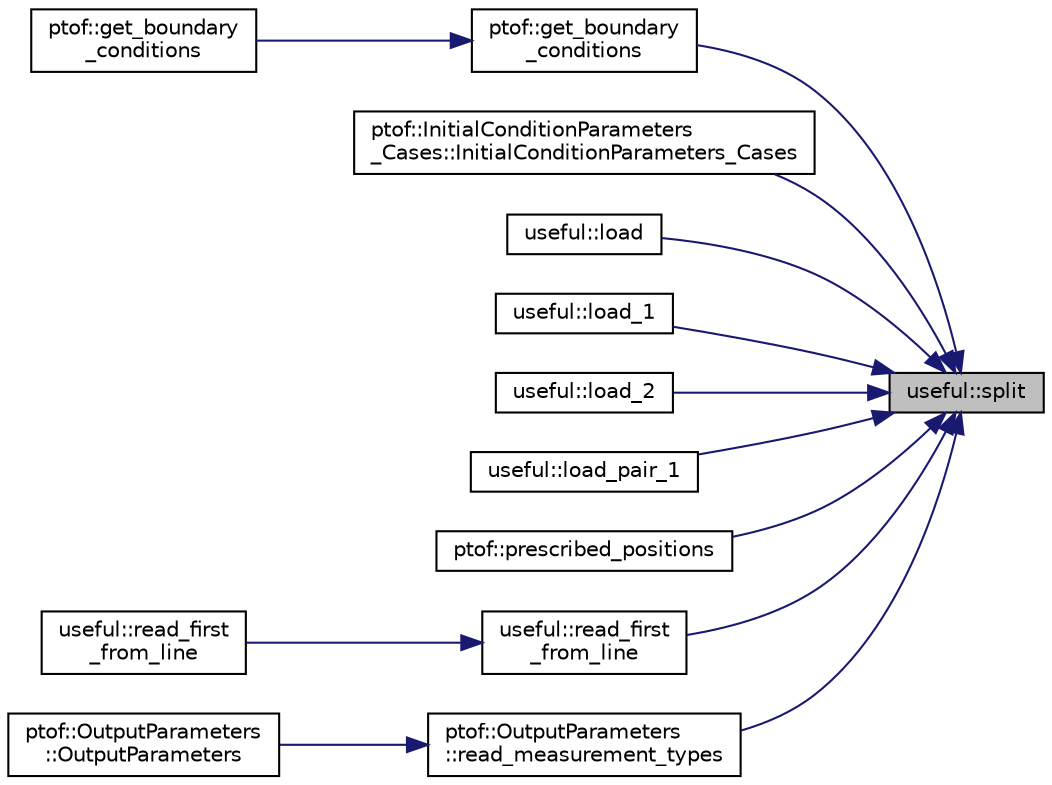
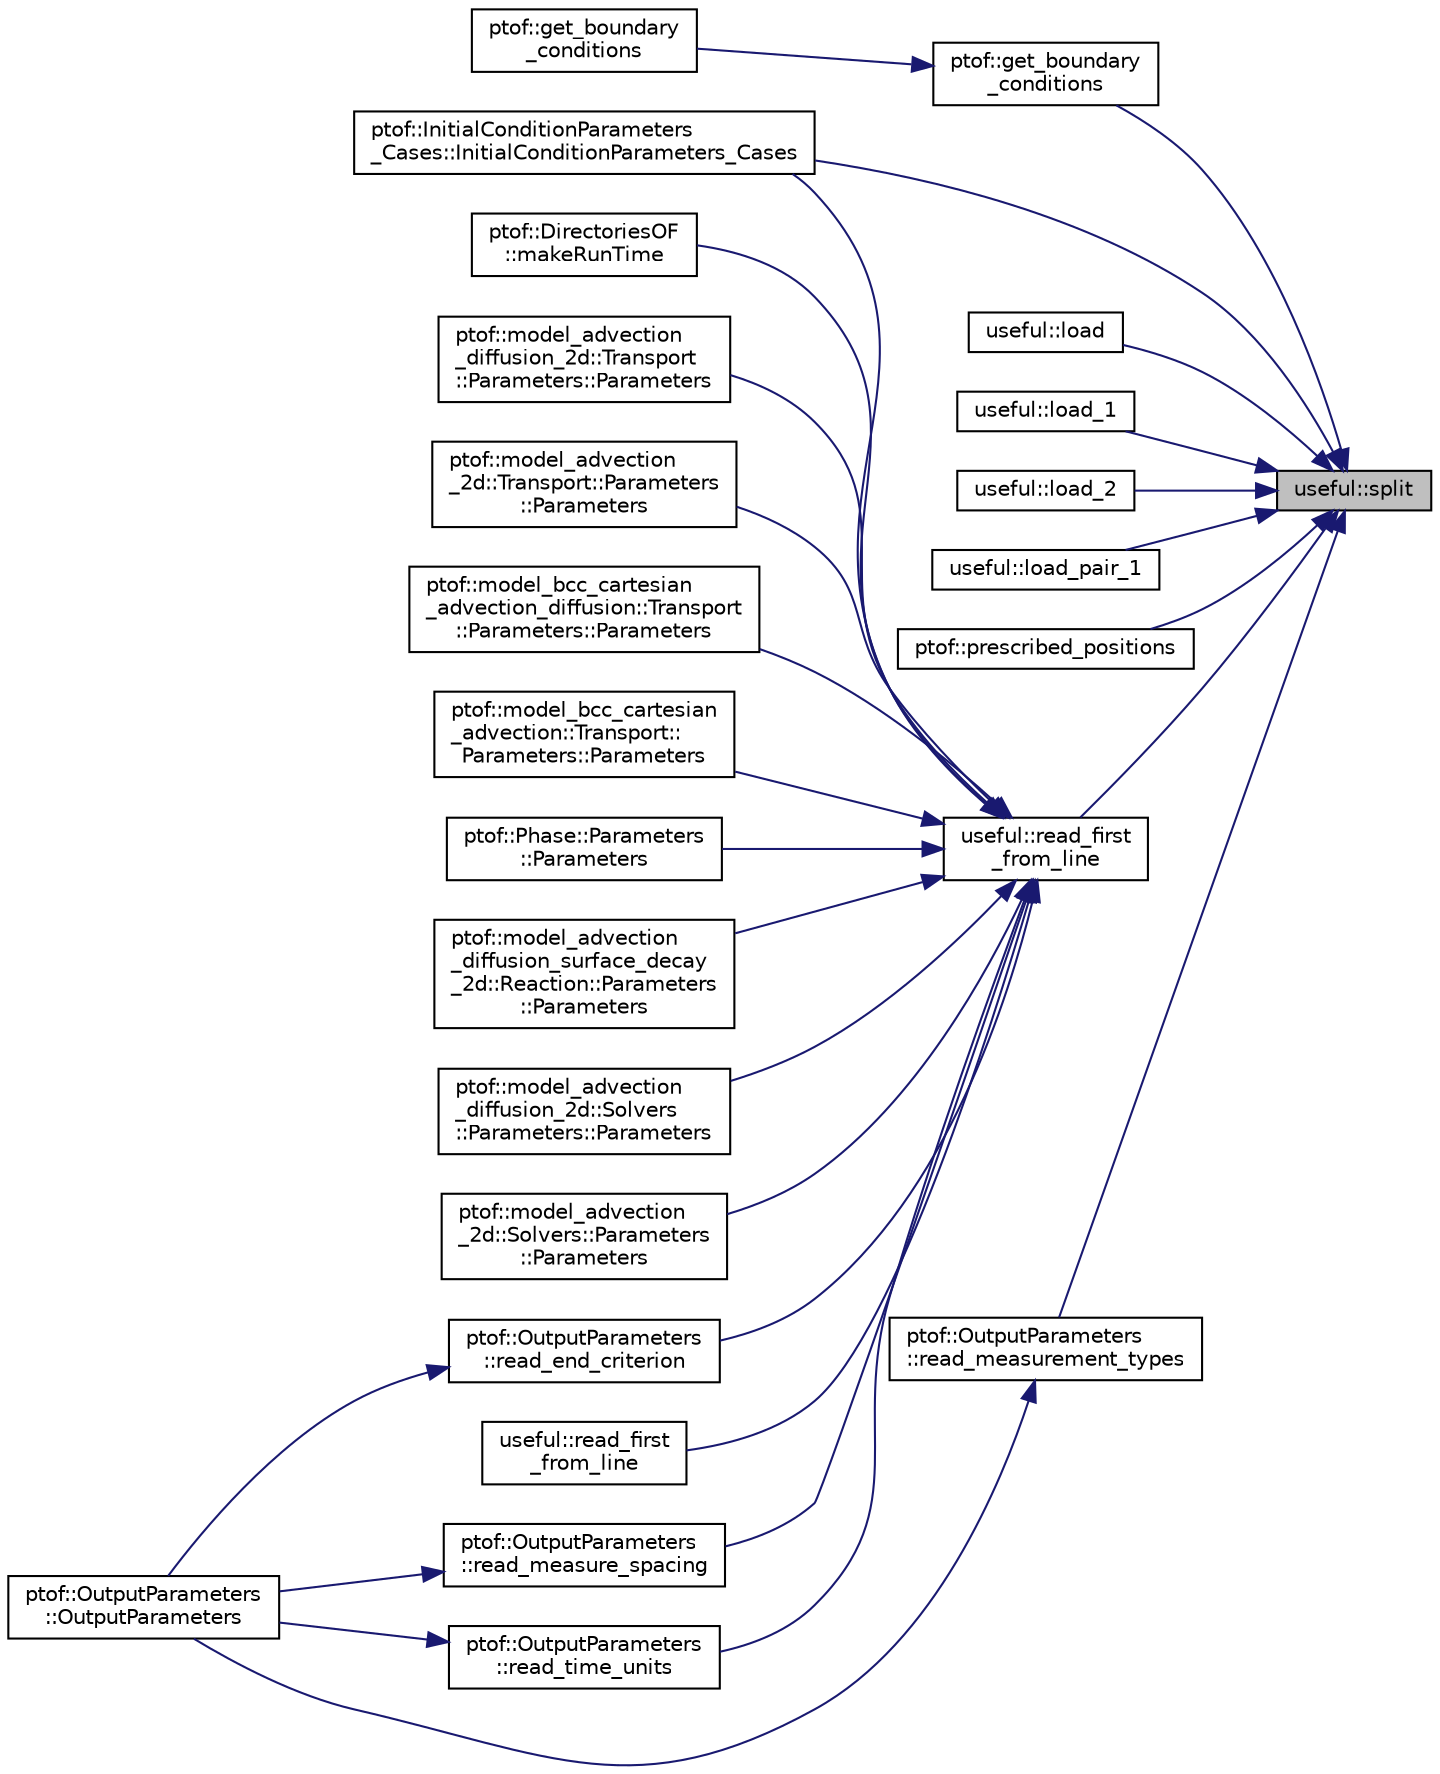
digraph "useful::split"
{
 // LATEX_PDF_SIZE
  edge [fontname="Helvetica",fontsize="10",labelfontname="Helvetica",labelfontsize="10"];
  node [fontname="Helvetica",fontsize="10",shape=record];
  rankdir="RL";
  Node1 [label="useful::split",height=0.2,width=0.4,color="black", fillcolor="grey75", style="filled", fontcolor="black",tooltip="Split string into vector of strings at instances of delimeter."];
  Node1 -> Node2 [dir="back",color="midnightblue",fontsize="10",style="solid",fontname="Helvetica"];
-   Node2 [label="ptof::get_boundary\l_conditions",height=0.2,width=0.4,color="black", fillcolor="white", style="filled",URL="$d2/dd1/namespaceptof.html#a2640ab9f6140f04493af1a5f46c01825",tooltip="Get the boundary conditions associated with a set of patches from file."];
+   Node2 [label="ptof::get_boundary\l_conditions",height=0.2,width=0.4,color="black", fillcolor="white", style="filled",URL="$d2/dd1/namespaceptof.html#a75c0e6f4913d7d5ba00b5732c217caa8",tooltip="Get the boundary conditions associated with a set of patches from file."];
  Node2 -> Node3 [dir="back",color="midnightblue",fontsize="10",style="solid",fontname="Helvetica"];
-   Node3 [label="ptof::get_boundary\l_conditions",height=0.2,width=0.4,color="black", fillcolor="white", style="filled",URL="$d2/dd1/namespaceptof.html#a2c7e11a97d81041f116824d43ee0ef34",tooltip="Get boundary conditions for dynamics type."];
+   Node3 [label="ptof::get_boundary\l_conditions",height=0.2,width=0.4,color="black", fillcolor="white", style="filled",URL="$d2/dd1/namespaceptof.html#a2296e2ce1bc18bec7fcbc3f641b139d6",tooltip="Get boundary conditions for dynamics type."];
  Node1 -> Node4 [dir="back",color="midnightblue",fontsize="10",style="solid",fontname="Helvetica"];
  Node4 [label="ptof::InitialConditionParameters\l_Cases::InitialConditionParameters_Cases",height=0.2,width=0.4,color="black", fillcolor="white", style="filled",URL="$dd/d20/structptof_1_1_initial_condition_parameters___cases.html#ae480cbfa1ec2b8a2dbd6f108b7124d3d",tooltip=" "];
  Node1 -> Node5 [dir="back",color="midnightblue",fontsize="10",style="solid",fontname="Helvetica"];
  Node5 [label="useful::load",height=0.2,width=0.4,color="black", fillcolor="white", style="filled",URL="$df/d1d/namespaceuseful.html#ade7b00077c0b1b122c80175082c198fd",tooltip="Load file into vector of vectors of doubles."];
  Node1 -> Node6 [dir="back",color="midnightblue",fontsize="10",style="solid",fontname="Helvetica"];
  Node6 [label="useful::load_1",height=0.2,width=0.4,color="black", fillcolor="white", style="filled",URL="$df/d1d/namespaceuseful.html#a98cb712af3c27b2f8650b4c78d181e3c",tooltip="Load 1-column file into vector of doubles."];
  Node1 -> Node7 [dir="back",color="midnightblue",fontsize="10",style="solid",fontname="Helvetica"];
  Node7 [label="useful::load_2",height=0.2,width=0.4,color="black", fillcolor="white", style="filled",URL="$df/d1d/namespaceuseful.html#a0363b363a89bc9844a8a29f1908ae11e",tooltip="Load 2-column file into pair of vectors of doubles."];
  Node1 -> Node8 [dir="back",color="midnightblue",fontsize="10",style="solid",fontname="Helvetica"];
  Node8 [label="useful::load_pair_1",height=0.2,width=0.4,color="black", fillcolor="white", style="filled",URL="$df/d1d/namespaceuseful.html#a78d057731be2e6d3e8ea19bd807e11f0",tooltip="Load 3-column file, first two columns into vector of pairs, last column into vector of doubles."];
  Node1 -> Node9 [dir="back",color="midnightblue",fontsize="10",style="solid",fontname="Helvetica"];
  Node9 [label="ptof::prescribed_positions",height=0.2,width=0.4,color="black", fillcolor="white", style="filled",URL="$d2/dd1/namespaceptof.html#a328db19f0cdcebf4879101663f4a1f13",tooltip=" "];
  Node1 -> Node10 [dir="back",color="midnightblue",fontsize="10",style="solid",fontname="Helvetica"];
-   Node10 [label="useful::read_first\l_from_line",height=0.2,width=0.4,color="black", fillcolor="white", style="filled",URL="$df/d1d/namespaceuseful.html#a7ae9e9ed4038e3066bea5a068feda0bf",tooltip="Extract first value from line, discarding escaped lines and the rest of the line."];
+   Node10 [label="useful::read_first\l_from_line",height=0.2,width=0.4,color="black", fillcolor="white", style="filled",URL="$df/d1d/namespaceuseful.html#a5311197ad21c705ad8556c9798a30d0e",tooltip="Extract first value from line, discarding escaped lines and the rest of the line."];
+   Node10 -> Node4 [dir="back",color="midnightblue",fontsize="10",style="solid",fontname="Helvetica"];
  Node10 -> Node11 [dir="back",color="midnightblue",fontsize="10",style="solid",fontname="Helvetica"];
-   Node11 [label="useful::read_first\l_from_line",height=0.2,width=0.4,color="black", fillcolor="white", style="filled",URL="$df/d1d/namespaceuseful.html#a7a9f70110ac47b2f667a199e0831c14c",tooltip="Extract first value from line, discarding escaped lines and the rest of the line."];
-   Node1 -> Node12 [dir="back",color="midnightblue",fontsize="10",style="solid",fontname="Helvetica"];
-   Node12 [label="ptof::OutputParameters\l::read_measurement_types",height=0.2,width=0.4,color="black", fillcolor="white", style="filled",URL="$da/dac/structptof_1_1_output_parameters.html#ab9091ecb0b1b48aa1c3639f6503f42d0",tooltip="Read measure spacing type from input stream."];
-   Node12 -> Node13 [dir="back",color="midnightblue",fontsize="10",style="solid",fontname="Helvetica"];
-   Node13 [label="ptof::OutputParameters\l::OutputParameters",height=0.2,width=0.4,color="black", fillcolor="white", style="filled",URL="$da/dac/structptof_1_1_output_parameters.html#a5fbbe7fd814d6ce687a4beeaa5bd1f5a",tooltip=" "];
+   Node11 [label="ptof::DirectoriesOF\l::makeRunTime",height=0.2,width=0.4,color="black", fillcolor="white", style="filled",URL="$d1/d82/structptof_1_1_directories_o_f.html#aac4860cc22e836b3474ffaf6e0854900",tooltip=" "];
+   Node10 -> Node12 [dir="back",color="midnightblue",fontsize="10",style="solid",fontname="Helvetica"];
+   Node12 [label="ptof::model_advection\l_diffusion_2d::Transport\l::Parameters::Parameters",height=0.2,width=0.4,color="black", fillcolor="white", style="filled",URL="$dc/d6a/structptof_1_1model__advection__diffusion__2d_1_1_transport_1_1_parameters.html#aca26a897eefb30acfe73c3197b36fb1c",tooltip=" "];
+   Node10 -> Node13 [dir="back",color="midnightblue",fontsize="10",style="solid",fontname="Helvetica"];
+   Node13 [label="ptof::model_advection\l_2d::Transport::Parameters\l::Parameters",height=0.2,width=0.4,color="black", fillcolor="white", style="filled",URL="$d8/d0b/structptof_1_1model__advection__2d_1_1_transport_1_1_parameters.html#a4f76e28e7d2bbf43e5e036d6129aa8be",tooltip=" "];
+   Node10 -> Node14 [dir="back",color="midnightblue",fontsize="10",style="solid",fontname="Helvetica"];
+   Node14 [label="ptof::model_bcc_cartesian\l_advection_diffusion::Transport\l::Parameters::Parameters",height=0.2,width=0.4,color="black", fillcolor="white", style="filled",URL="$d4/d16/structptof_1_1model__bcc__cartesian__advection__diffusion_1_1_transport_1_1_parameters.html#a1d73cb790fe35ad205b78eab7dcb9187",tooltip=" "];
+   Node10 -> Node15 [dir="back",color="midnightblue",fontsize="10",style="solid",fontname="Helvetica"];
+   Node15 [label="ptof::model_bcc_cartesian\l_advection::Transport::\lParameters::Parameters",height=0.2,width=0.4,color="black", fillcolor="white", style="filled",URL="$db/d87/structptof_1_1model__bcc__cartesian__advection_1_1_transport_1_1_parameters.html#acf64472def0b1b10dcb50a21bc49f0fc",tooltip=" "];
+   Node10 -> Node16 [dir="back",color="midnightblue",fontsize="10",style="solid",fontname="Helvetica"];
+   Node16 [label="ptof::Phase::Parameters\l::Parameters",height=0.2,width=0.4,color="black", fillcolor="white", style="filled",URL="$de/d93/structptof_1_1_phase_1_1_parameters.html#a8c65207db79beabd334fd015cb9c3847",tooltip=" "];
+   Node10 -> Node17 [dir="back",color="midnightblue",fontsize="10",style="solid",fontname="Helvetica"];
+   Node17 [label="ptof::model_advection\l_diffusion_surface_decay\l_2d::Reaction::Parameters\l::Parameters",height=0.2,width=0.4,color="black", fillcolor="white", style="filled",URL="$d2/d04/structptof_1_1model__advection__diffusion__surface__decay__2d_1_1_reaction_1_1_parameters.html#a379b17a8c03e90760b709e898e90cd66",tooltip=" "];
+   Node10 -> Node18 [dir="back",color="midnightblue",fontsize="10",style="solid",fontname="Helvetica"];
+   Node18 [label="ptof::model_advection\l_diffusion_2d::Solvers\l::Parameters::Parameters",height=0.2,width=0.4,color="black", fillcolor="white", style="filled",URL="$dc/d05/structptof_1_1model__advection__diffusion__2d_1_1_solvers_1_1_parameters.html#a6008256293cc43d3d73a1da012a64c79",tooltip=" "];
+   Node10 -> Node19 [dir="back",color="midnightblue",fontsize="10",style="solid",fontname="Helvetica"];
+   Node19 [label="ptof::model_advection\l_2d::Solvers::Parameters\l::Parameters",height=0.2,width=0.4,color="black", fillcolor="white", style="filled",URL="$d6/d3d/structptof_1_1model__advection__2d_1_1_solvers_1_1_parameters.html#a33fcdbdae41b4f8bbaa18ff344e206cc",tooltip=" "];
+   Node10 -> Node20 [dir="back",color="midnightblue",fontsize="10",style="solid",fontname="Helvetica"];
+   Node20 [label="ptof::OutputParameters\l::read_end_criterion",height=0.2,width=0.4,color="black", fillcolor="white", style="filled",URL="$da/dac/structptof_1_1_output_parameters.html#af47778bfc239d2dcb789dae461cdd841",tooltip="Read end criterion from input stream."];
+   Node20 -> Node21 [dir="back",color="midnightblue",fontsize="10",style="solid",fontname="Helvetica"];
+   Node21 [label="ptof::OutputParameters\l::OutputParameters",height=0.2,width=0.4,color="black", fillcolor="white", style="filled",URL="$da/dac/structptof_1_1_output_parameters.html#a5fbbe7fd814d6ce687a4beeaa5bd1f5a",tooltip=" "];
+   Node10 -> Node22 [dir="back",color="midnightblue",fontsize="10",style="solid",fontname="Helvetica"];
+   Node22 [label="useful::read_first\l_from_line",height=0.2,width=0.4,color="black", fillcolor="white", style="filled",URL="$df/d1d/namespaceuseful.html#a7a9f70110ac47b2f667a199e0831c14c",tooltip="Extract first value from line, discarding escaped lines and the rest of the line."];
+   Node10 -> Node23 [dir="back",color="midnightblue",fontsize="10",style="solid",fontname="Helvetica"];
+   Node23 [label="ptof::OutputParameters\l::read_measure_spacing",height=0.2,width=0.4,color="black", fillcolor="white", style="filled",URL="$da/dac/structptof_1_1_output_parameters.html#aedb33d453988c13505f0b79a0402fa36",tooltip="Read measure spacing type from input stream."];
+   Node23 -> Node21 [dir="back",color="midnightblue",fontsize="10",style="solid",fontname="Helvetica"];
+   Node10 -> Node24 [dir="back",color="midnightblue",fontsize="10",style="solid",fontname="Helvetica"];
+   Node24 [label="ptof::OutputParameters\l::read_time_units",height=0.2,width=0.4,color="black", fillcolor="white", style="filled",URL="$da/dac/structptof_1_1_output_parameters.html#abfe930c0a12e406281a9312494abea07",tooltip="Read measure spacing time units from input stream."];
+   Node24 -> Node21 [dir="back",color="midnightblue",fontsize="10",style="solid",fontname="Helvetica"];
+   Node1 -> Node25 [dir="back",color="midnightblue",fontsize="10",style="solid",fontname="Helvetica"];
+   Node25 [label="ptof::OutputParameters\l::read_measurement_types",height=0.2,width=0.4,color="black", fillcolor="white", style="filled",URL="$da/dac/structptof_1_1_output_parameters.html#ab9091ecb0b1b48aa1c3639f6503f42d0",tooltip="Read measure spacing type from input stream."];
+   Node25 -> Node21 [dir="back",color="midnightblue",fontsize="10",style="solid",fontname="Helvetica"];
}
